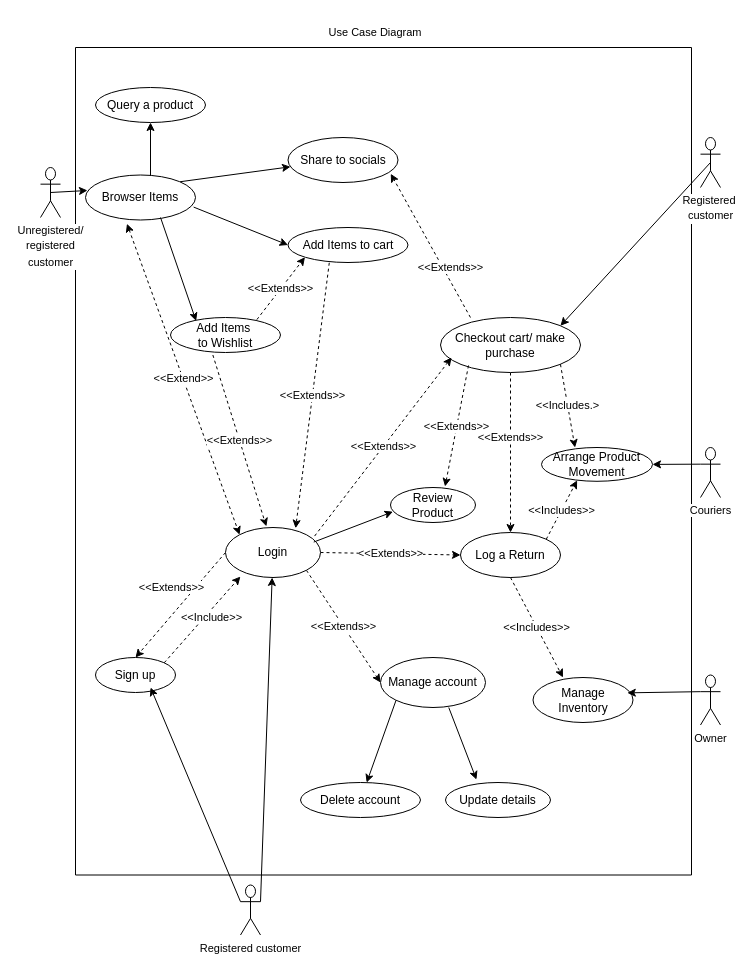
otsilemodiselle/ITECA_Project keeps this draw.io diagram as Deliverable 2/Diagrams/Use Case Diagram/use case diagram.drawio. Above is the earlier version. Source tidied: cells renumbered, new cells numbered last; positions are measured from the earlier drawing's top-left corner, leaving out a move shared by most shapes. Both pictures are drawn from the tidied source at 100%, with x=0, y=0 at pixel (40, 17).
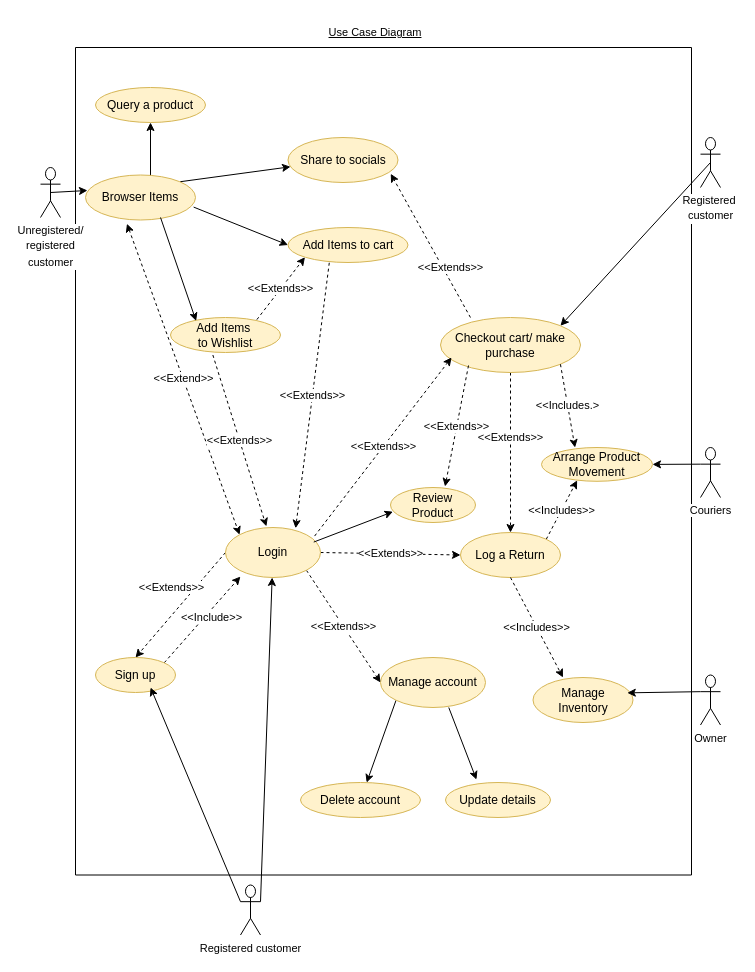
After the change.

Unchanged cells that the change refers to:
```xml
<mxCell id="2" style="swimlane;startSize=0;fontFamily=Helvetica;fontSize=11;fontColor=default;labelBackgroundColor=default;" parent="1" vertex="1">
  <mxGeometry x="35" y="30" width="616" height="827.5" as="geometry" />
</mxCell>
```

What changed in the source:
```diff
@@
-    <mxCell id="7" value="Browser Items" style="ellipse;whiteSpace=wrap;html=1;" parent="2" vertex="1">
+    <mxCell id="7" value="Browser Items" style="ellipse;whiteSpace=wrap;html=1;fillColor=#fff2cc;strokeColor=#d6b656;" parent="2" vertex="1">
       <mxGeometry x="10" y="127.5" width="110" height="45" as="geometry" />
     </mxCell>
@@
-    <mxCell id="9" value="Add Items&lt;span style=&quot;background-color: initial;&quot;&gt;&amp;nbsp;to cart&lt;/span&gt;" style="ellipse;whiteSpace=wrap;html=1;" parent="2" vertex="1">
+    <mxCell id="9" value="Add Items&lt;span style=&quot;background-color: initial;&quot;&gt;&amp;nbsp;to cart&lt;/span&gt;" style="ellipse;whiteSpace=wrap;html=1;fillColor=#fff2cc;strokeColor=#d6b656;" parent="2" vertex="1">
       <mxGeometry x="212.5" y="180" width="120" height="35" as="geometry" />
     </mxCell>
@@
-    <mxCell id="11" value="Add Items&amp;nbsp;&lt;div&gt;to Wishlist&lt;/div&gt;" style="ellipse;whiteSpace=wrap;html=1;" parent="2" vertex="1">
+    <mxCell id="11" value="Add Items&amp;nbsp;&lt;div&gt;to Wishlist&lt;/div&gt;" style="ellipse;whiteSpace=wrap;html=1;fillColor=#fff2cc;strokeColor=#d6b656;" parent="2" vertex="1">
       <mxGeometry x="95" y="270" width="110" height="35" as="geometry" />
     </mxCell>
@@
-    <mxCell id="15" value="Checkout cart/ make purchase" style="ellipse;whiteSpace=wrap;html=1;" parent="2" vertex="1">
+    <mxCell id="15" value="Checkout cart/ make purchase" style="ellipse;whiteSpace=wrap;html=1;fillColor=#fff2cc;strokeColor=#d6b656;" parent="2" vertex="1">
       <mxGeometry x="365" y="270" width="140" height="55" as="geometry" />
     </mxCell>
@@
-    <mxCell id="19" value="Query a product" style="ellipse;whiteSpace=wrap;html=1;" parent="2" vertex="1">
+    <mxCell id="19" value="Query a product" style="ellipse;whiteSpace=wrap;html=1;fillColor=#fff2cc;strokeColor=#d6b656;" parent="2" vertex="1">
       <mxGeometry x="20" y="40" width="110" height="35" as="geometry" />
     </mxCell>
@@
-    <mxCell id="21" value="Share to socials" style="ellipse;whiteSpace=wrap;html=1;" parent="2" vertex="1">
+    <mxCell id="21" value="Share to socials" style="ellipse;whiteSpace=wrap;html=1;fillColor=#fff2cc;strokeColor=#d6b656;" parent="2" vertex="1">
       <mxGeometry x="212.5" y="90" width="110" height="45" as="geometry" />
     </mxCell>
@@
-    <mxCell id="23" value="Log a Return" style="ellipse;whiteSpace=wrap;html=1;" parent="2" vertex="1">
+    <mxCell id="23" value="Log a Return" style="ellipse;whiteSpace=wrap;html=1;fillColor=#fff2cc;strokeColor=#d6b656;" parent="2" vertex="1">
       <mxGeometry x="385" y="485" width="100" height="45" as="geometry" />
     </mxCell>
@@
-    <mxCell id="26" value="Manage account" style="ellipse;whiteSpace=wrap;html=1;" parent="2" vertex="1">
+    <mxCell id="26" value="Manage account" style="ellipse;whiteSpace=wrap;html=1;fillColor=#fff2cc;strokeColor=#d6b656;" parent="2" vertex="1">
       <mxGeometry x="305" y="610" width="105" height="50" as="geometry" />
     </mxCell>
-    <mxCell id="27" value="Delete account" style="ellipse;whiteSpace=wrap;html=1;" parent="2" vertex="1">
+    <mxCell id="27" value="Delete account" style="ellipse;whiteSpace=wrap;html=1;fillColor=#fff2cc;strokeColor=#d6b656;" parent="2" vertex="1">
       <mxGeometry x="225" y="735" width="120" height="35" as="geometry" />
     </mxCell>
-    <mxCell id="28" value="Sign up" style="ellipse;whiteSpace=wrap;html=1;" parent="2" vertex="1">
+    <mxCell id="28" value="Sign up" style="ellipse;whiteSpace=wrap;html=1;fillColor=#fff2cc;strokeColor=#d6b656;" parent="2" vertex="1">
       <mxGeometry x="20" y="610" width="80" height="35" as="geometry" />
     </mxCell>
@@
-    <mxCell id="32" value="Login" style="ellipse;whiteSpace=wrap;html=1;" parent="2" vertex="1">
+    <mxCell id="32" value="Login" style="ellipse;whiteSpace=wrap;html=1;fillColor=#fff2cc;strokeColor=#d6b656;" parent="2" vertex="1">
       <mxGeometry x="150" y="480" width="95" height="50" as="geometry" />
     </mxCell>
-    <mxCell id="33" value="Review&lt;div&gt;Product&lt;/div&gt;" style="ellipse;whiteSpace=wrap;html=1;" parent="2" vertex="1">
+    <mxCell id="33" value="Review&lt;div&gt;Product&lt;/div&gt;" style="ellipse;whiteSpace=wrap;html=1;fillColor=#fff2cc;strokeColor=#d6b656;" parent="2" vertex="1">
       <mxGeometry x="315" y="440" width="85" height="35" as="geometry" />
     </mxCell>
-    <mxCell id="34" value="Update details" style="ellipse;whiteSpace=wrap;html=1;" parent="2" vertex="1">
+    <mxCell id="34" value="Update details" style="ellipse;whiteSpace=wrap;html=1;fillColor=#fff2cc;strokeColor=#d6b656;" parent="2" vertex="1">
       <mxGeometry x="370" y="735" width="105" height="35" as="geometry" />
     </mxCell>
@@
-    <mxCell id="36" value="Manage&lt;div&gt;Inventory&lt;/div&gt;" style="ellipse;whiteSpace=wrap;html=1;" parent="2" vertex="1">
+    <mxCell id="36" value="Manage&lt;div&gt;Inventory&lt;/div&gt;" style="ellipse;whiteSpace=wrap;html=1;fillColor=#fff2cc;strokeColor=#d6b656;" parent="2" vertex="1">
       <mxGeometry x="457.5" y="630" width="100" height="45" as="geometry" />
     </mxCell>
@@
-    <mxCell id="38" value="Arrange Product&lt;div&gt;Movement&lt;/div&gt;" style="ellipse;whiteSpace=wrap;html=1;" parent="2" vertex="1">
+    <mxCell id="38" value="Arrange Product&lt;div&gt;Movement&lt;/div&gt;" style="ellipse;whiteSpace=wrap;html=1;fillColor=#fff2cc;strokeColor=#d6b656;" parent="2" vertex="1">
       <mxGeometry x="466" y="400" width="111" height="33.8" as="geometry" />
     </mxCell>
@@
-    <mxCell id="44" value="Use Case Diagram" style="text;html=1;align=center;verticalAlign=middle;whiteSpace=wrap;rounded=0;fontFamily=Helvetica;fontSize=11;fontColor=default;labelBackgroundColor=default;" parent="1" vertex="1">
+    <mxCell id="44" value="Use Case Diagram" style="text;html=1;align=center;verticalAlign=middle;whiteSpace=wrap;rounded=0;fontFamily=Helvetica;fontSize=11;fontColor=default;labelBackgroundColor=default;fontStyle=4;" parent="1" vertex="1">
       <mxGeometry x="285" width="100" height="30" as="geometry" />
     </mxCell>
```
